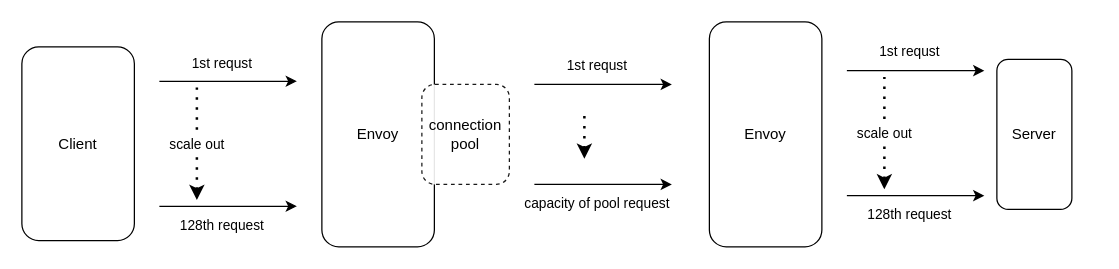
xu1zhou/Documents keeps this draw.io diagram as istio_dataflow/connection.drawio. Above is the earlier version. Source tidied: cells renumbered, new cells numbered last; positions are measured from the earlier drawing's top-left corner, leaving out a move shared by most shapes. Both pictures are drawn from the tidied source at 125%, with x=0, y=0 at pixel (21, 21).
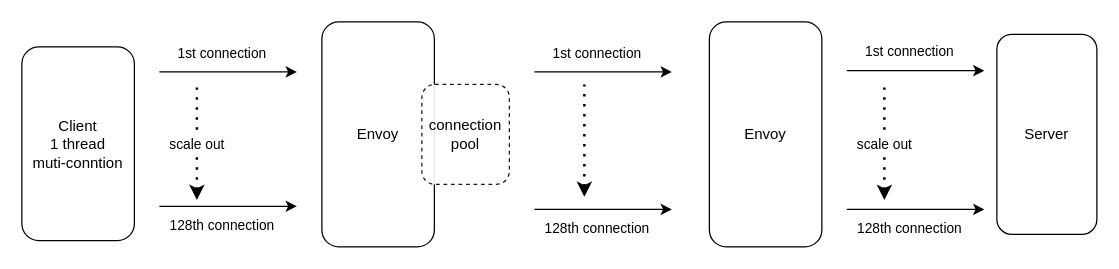
The same diagram, later.

The edit, as a diff of the source:
```diff
@@
-    <mxCell id="2" value="Client" style="rounded=1;whiteSpace=wrap;html=1;" parent="1" vertex="1">
+    <mxCell id="2" value="Client&lt;br&gt;1 thread&lt;br&gt;muti-conntion" style="rounded=1;whiteSpace=wrap;html=1;" parent="1" vertex="1">
       <mxGeometry y="20" width="90" height="155" as="geometry" />
     </mxCell>
@@
     <mxCell id="4" value="Server" style="rounded=1;whiteSpace=wrap;html=1;" parent="1" vertex="1">
-      <mxGeometry x="780" y="30" width="60" height="120" as="geometry" />
+      <mxGeometry x="780" y="10" width="80" height="160" as="geometry" />
     </mxCell>
@@
-    <mxCell id="6" value="128th request" style="endArrow=classic;html=1;" parent="1" edge="1">
+    <mxCell id="6" value="128th connection" style="endArrow=classic;html=1;" parent="1" edge="1">
       <mxGeometry x="-0.09" y="-15" relative="1" as="geometry">
         <mxPoint x="110" y="147.5" as="sourcePoint" />
         <mxPoint x="220" y="147.5" as="targetPoint" />
       </mxGeometry>
     </mxCell>
-    <mxCell id="7" value="1st requst" style="endArrow=classic;html=1;" parent="1" edge="1">
+    <mxCell id="7" value="1st connection" style="endArrow=classic;html=1;" parent="1" edge="1">
       <mxGeometry x="-0.09" y="15" relative="1" as="geometry">
-        <mxPoint x="110" y="47.5" as="sourcePoint" />
-        <mxPoint x="220" y="47.5" as="targetPoint" />
+        <mxPoint x="110" y="40" as="sourcePoint" />
+        <mxPoint x="220" y="40" as="targetPoint" />
       </mxGeometry>
     </mxCell>
@@
     <mxCell id="9" style="endArrow=none;dashed=1;html=1;dashPattern=1 3;strokeWidth=2;startArrow=classic;startFill=1;" parent="1" edge="1">
       <mxGeometry relative="1" as="geometry">
-        <mxPoint x="450" y="109.5" as="sourcePoint" />
-        <mxPoint x="450" y="69.5" as="targetPoint" />
+        <mxPoint x="450" y="140" as="sourcePoint" />
+        <mxPoint x="450" y="50" as="targetPoint" />
       </mxGeometry>
     </mxCell>
-    <mxCell id="10" value="capacity of pool request" style="endArrow=classic;html=1;" parent="1" edge="1">
+    <mxCell id="10" value="128th connection" style="endArrow=classic;html=1;" parent="1" edge="1">
       <mxGeometry x="-0.09" y="-15" relative="1" as="geometry">
-        <mxPoint x="410" y="130" as="sourcePoint" />
-        <mxPoint x="520" y="130" as="targetPoint" />
+        <mxPoint x="410" y="150" as="sourcePoint" />
+        <mxPoint x="520" y="150" as="targetPoint" />
       </mxGeometry>
     </mxCell>
-    <mxCell id="11" value="1st requst" style="endArrow=classic;html=1;" parent="1" edge="1">
+    <mxCell id="11" value="1st connection" style="endArrow=classic;html=1;" parent="1" edge="1">
       <mxGeometry x="-0.09" y="15" relative="1" as="geometry">
-        <mxPoint x="410" y="50" as="sourcePoint" />
-        <mxPoint x="520" y="50" as="targetPoint" />
+        <mxPoint x="410" y="40" as="sourcePoint" />
+        <mxPoint x="520" y="40" as="targetPoint" />
       </mxGeometry>
     </mxCell>
@@
     <mxCell id="13" value="scale out" style="endArrow=none;dashed=1;html=1;dashPattern=1 3;strokeWidth=2;endFill=0;startArrow=classic;startFill=1;" parent="1" edge="1">
       <mxGeometry relative="1" as="geometry">
-        <mxPoint x="690" y="134" as="sourcePoint" />
-        <mxPoint x="690" y="44" as="targetPoint" />
+        <mxPoint x="690" y="142.5" as="sourcePoint" />
+        <mxPoint x="690" y="52.5" as="targetPoint" />
       </mxGeometry>
     </mxCell>
-    <mxCell id="14" value="128th request" style="endArrow=classic;html=1;" parent="1" edge="1">
+    <mxCell id="14" value="128th connection" style="endArrow=classic;html=1;" parent="1" edge="1">
       <mxGeometry x="-0.09" y="-15" relative="1" as="geometry">
-        <mxPoint x="660" y="139" as="sourcePoint" />
-        <mxPoint x="770" y="139" as="targetPoint" />
+        <mxPoint x="660" y="150" as="sourcePoint" />
+        <mxPoint x="770" y="150" as="targetPoint" />
       </mxGeometry>
     </mxCell>
-    <mxCell id="15" value="1st requst" style="endArrow=classic;html=1;" parent="1" edge="1">
+    <mxCell id="15" value="1st connection" style="endArrow=classic;html=1;" parent="1" edge="1">
       <mxGeometry x="-0.09" y="15" relative="1" as="geometry">
         <mxPoint x="660" y="39" as="sourcePoint" />
         <mxPoint x="770" y="39" as="targetPoint" />
       </mxGeometry>
     </mxCell>
```
